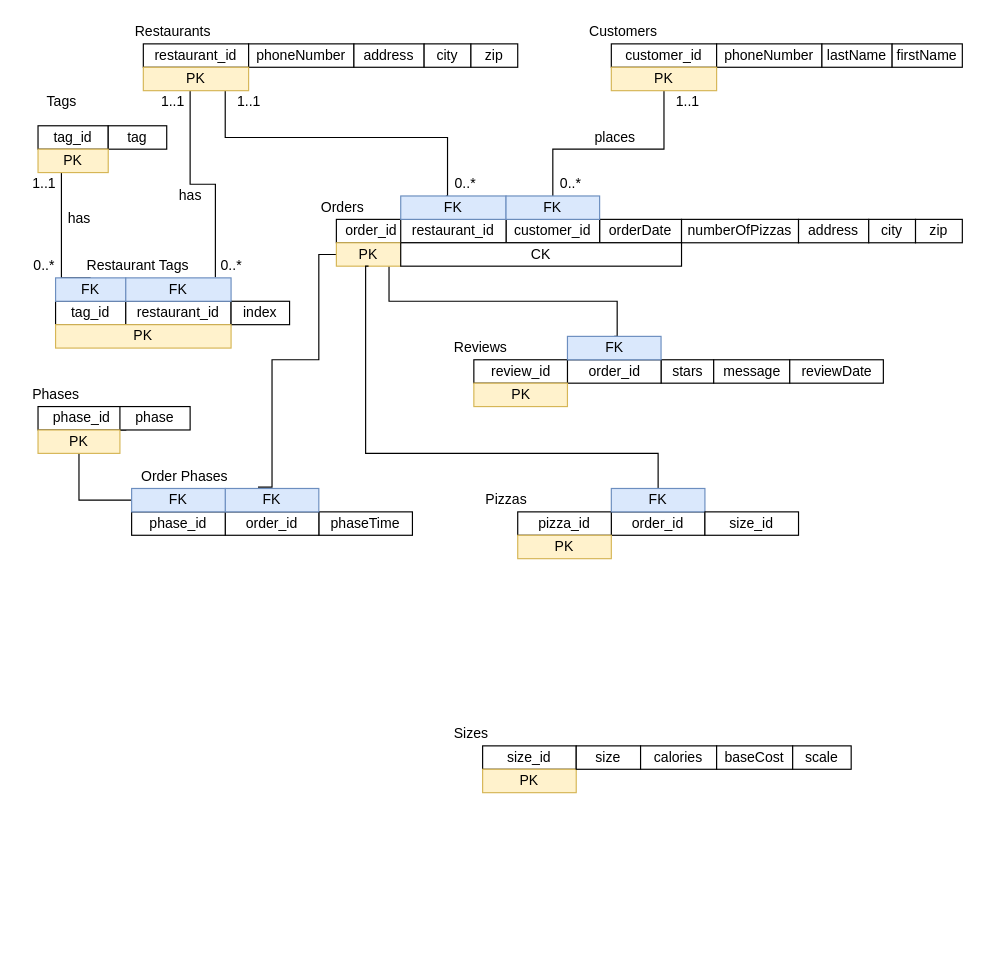
Before: Prooject2_CECS_323_Relation_Scheme.drawio in JosephRice22/CECS323, a draw.io diagram. Source tidied: cells renumbered, new cells numbered last; positions are measured from the earlier drawing's top-left corner, leaving out a move shared by most shapes. Both pictures are drawn from the tidied source at 117%, with x=0, y=0 at pixel (20, 20).
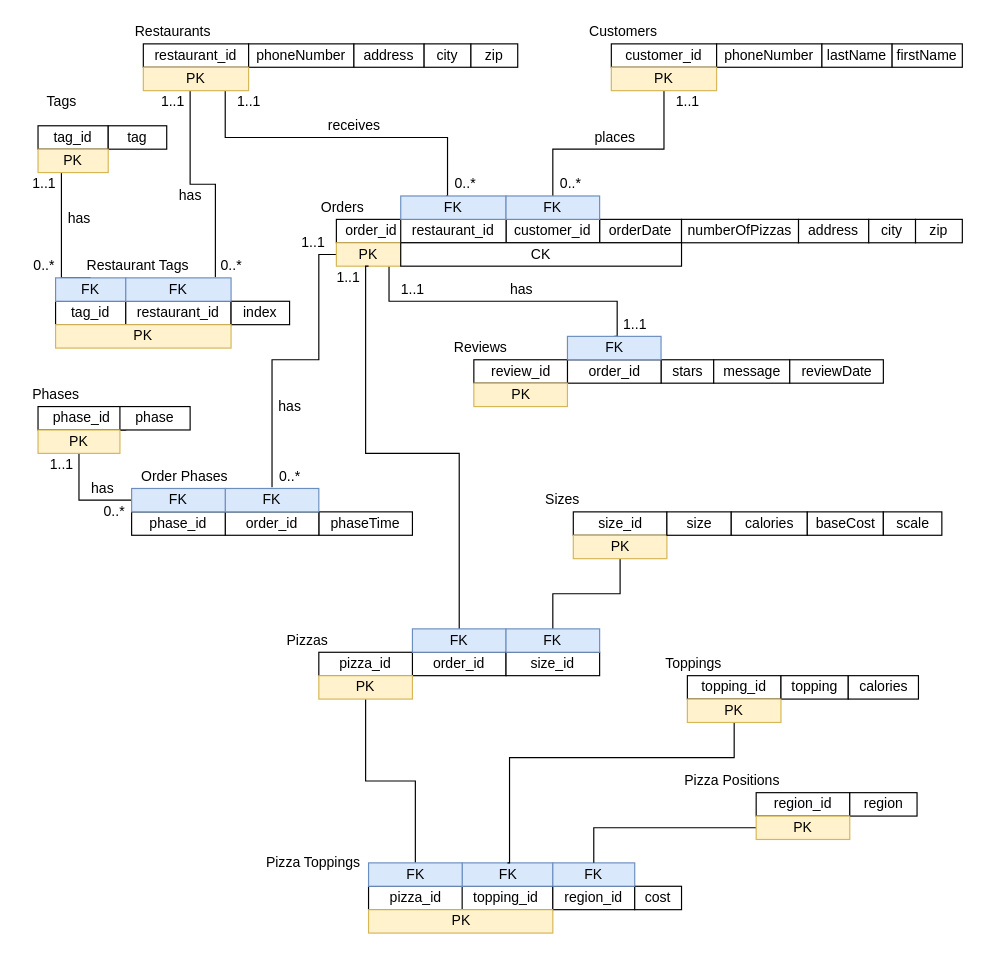
The same diagram, later.

Unchanged cells that the change refers to:
```xml
<mxCell id="37" value="PK" style="rounded=0;whiteSpace=wrap;html=1;fillColor=#fff2cc;strokeColor=#d6b656;" parent="1" vertex="1">
  <mxGeometry x="270" y="190" width="55" height="20" as="geometry" />
</mxCell>
<mxCell id="44" value="FK" style="rounded=0;whiteSpace=wrap;html=1;fillColor=#dae8fc;strokeColor=#6c8ebf;" parent="1" vertex="1">
  <mxGeometry x="175" y="400" width="80" height="20" as="geometry" />
</mxCell>
```

The edit, as a diff of the source:
```diff
@@
-    <mxCell id="35" style="edgeStyle=orthogonalEdgeStyle;rounded=0;jettySize=auto;html=1;entryX=0.35;entryY=-0.059;entryDx=0;entryDy=0;endArrow=none;endFill=0;entryPerimeter=0;" parent="1" edge="1" source="37" target="44">
+    <mxCell id="35" style="edgeStyle=orthogonalEdgeStyle;rounded=0;jettySize=auto;html=1;endArrow=none;endFill=0;" parent="1" edge="1" source="37">
       <mxGeometry relative="1" as="geometry">
+        <mxPoint x="215" y="399" as="targetPoint" />
         <Array as="points">
           <mxPoint x="255" y="200" />
           <mxPoint x="255" y="290" />
           <mxPoint x="215" y="290" />
           <mxPoint x="215" y="399" />
         </Array>
       </mxGeometry>
     </mxCell>
@@
     <mxCell id="55" value="order_id" style="rounded=0;whiteSpace=wrap;html=1;" parent="1" vertex="1">
-      <mxGeometry x="505" y="420" width="80" height="20" as="geometry" />
+      <mxGeometry x="335" y="540" width="80" height="20" as="geometry" />
     </mxCell>
     <mxCell id="56" value="pizza_id" style="rounded=0;whiteSpace=wrap;html=1;" parent="1" vertex="1">
-      <mxGeometry x="425" y="420" width="80" height="20" as="geometry" />
+      <mxGeometry x="255" y="540" width="80" height="20" as="geometry" />
     </mxCell>
     <mxCell id="57" style="edgeStyle=orthogonalEdgeStyle;rounded=0;jettySize=auto;html=1;entryX=0.5;entryY=1;entryDx=0;entryDy=0;endArrow=none;endFill=0;" parent="1" edge="1" source="58" target="37">
       <mxGeometry relative="1" as="geometry">
         <Array as="points">
-          <mxPoint x="545" y="370" />
+          <mxPoint x="375" y="370" />
           <mxPoint x="295" y="370" />
           <mxPoint x="295" y="210" />
         </Array>
       </mxGeometry>
     </mxCell>
     <mxCell id="58" value="FK" style="rounded=0;whiteSpace=wrap;html=1;fillColor=#dae8fc;strokeColor=#6c8ebf;" parent="1" vertex="1">
-      <mxGeometry x="505" y="400" width="80" height="20" as="geometry" />
+      <mxGeometry x="335" y="520" width="80" height="20" as="geometry" />
     </mxCell>
+    <mxCell id="89" style="edgeStyle=orthogonalEdgeStyle;rounded=0;jettySize=auto;html=1;entryX=0.5;entryY=0;entryDx=0;entryDy=0;endArrow=none;endFill=0;" parent="1" edge="1" source="59" target="108">
+      <mxGeometry relative="1" as="geometry" />
+    </mxCell>
     <mxCell id="59" value="PK" style="rounded=0;whiteSpace=wrap;html=1;fillColor=#fff2cc;strokeColor=#d6b656;" parent="1" vertex="1">
-      <mxGeometry x="425" y="440" width="80" height="20" as="geometry" />
+      <mxGeometry x="255" y="560" width="80" height="20" as="geometry" />
     </mxCell>
@@
     <mxCell id="67" value="Pizzas" style="text;html=1;align=center;verticalAlign=middle;strokeColor=none;fillColor=none;" parent="1" vertex="1">
-      <mxGeometry x="390" y="400" width="50" height="20" as="geometry" />
+      <mxGeometry x="220" y="520" width="50" height="20" as="geometry" />
     </mxCell>
@@
     <mxCell id="70" value="size_id" style="rounded=0;whiteSpace=wrap;html=1;" parent="1" vertex="1">
-      <mxGeometry x="395" y="620" width="80" height="20" as="geometry" />
+      <mxGeometry x="472.5" y="420" width="80" height="20" as="geometry" />
     </mxCell>
+    <mxCell id="90" style="edgeStyle=orthogonalEdgeStyle;rounded=0;jettySize=auto;html=1;entryX=0.5;entryY=0;entryDx=0;entryDy=0;endArrow=none;endFill=0;" parent="1" edge="1" source="71" target="110">
+      <mxGeometry relative="1" as="geometry" />
+    </mxCell>
     <mxCell id="71" value="PK" style="rounded=0;whiteSpace=wrap;html=1;fillColor=#fff2cc;strokeColor=#d6b656;" parent="1" vertex="1">
-      <mxGeometry x="395" y="640" width="80" height="20" as="geometry" />
+      <mxGeometry x="472.5" y="440" width="80" height="20" as="geometry" />
     </mxCell>
     <mxCell id="72" value="Sizes" style="text;html=1;align=center;verticalAlign=middle;strokeColor=none;fillColor=none;" parent="1" vertex="1">
-      <mxGeometry x="365" y="600" width="40" height="20" as="geometry" />
+      <mxGeometry x="442.5" y="400" width="40" height="20" as="geometry" />
     </mxCell>
     <mxCell id="73" value="size" style="rounded=0;whiteSpace=wrap;html=1;" parent="1" vertex="1">
-      <mxGeometry x="475" y="620" width="55" height="20" as="geometry" />
+      <mxGeometry x="552.5" y="420" width="55" height="20" as="geometry" />
     </mxCell>
     <mxCell id="74" value="calories" style="rounded=0;whiteSpace=wrap;html=1;" parent="1" vertex="1">
-      <mxGeometry x="530" y="620" width="65" height="20" as="geometry" />
+      <mxGeometry x="607.5" y="420" width="65" height="20" as="geometry" />
     </mxCell>
     <mxCell id="75" value="baseCost" style="rounded=0;whiteSpace=wrap;html=1;" parent="1" vertex="1">
-      <mxGeometry x="595" y="620" width="65" height="20" as="geometry" />
+      <mxGeometry x="672.5" y="420" width="65" height="20" as="geometry" />
     </mxCell>
     <mxCell id="76" value="scale" style="rounded=0;whiteSpace=wrap;html=1;" parent="1" vertex="1">
-      <mxGeometry x="660" y="620" width="50" height="20" as="geometry" />
+      <mxGeometry x="737.5" y="420" width="50" height="20" as="geometry" />
     </mxCell>
     <mxCell id="77" value="size_id" style="rounded=0;whiteSpace=wrap;html=1;" parent="1" vertex="1">
-      <mxGeometry x="585" y="420" width="80" height="20" as="geometry" />
+      <mxGeometry x="415" y="540" width="80" height="20" as="geometry" />
     </mxCell>
@@
+    <mxCell id="91" value="receives" style="text;html=1;align=center;verticalAlign=middle;strokeColor=none;fillColor=none;" parent="1" vertex="1">
+      <mxGeometry x="255" y="80" width="60" height="20" as="geometry" />
+    </mxCell>
+    <mxCell id="92" value="1..1" style="text;html=1;align=center;verticalAlign=middle;strokeColor=none;fillColor=none;" parent="1" vertex="1">
+      <mxGeometry x="230" y="180" width="40" height="20" as="geometry" />
+    </mxCell>
+    <mxCell id="93" value="1..1" style="text;html=1;align=center;verticalAlign=middle;strokeColor=none;fillColor=none;" parent="1" vertex="1">
+      <mxGeometry x="260" y="210" width="40" height="20" as="geometry" />
+    </mxCell>
+    <mxCell id="94" value="1..1" style="text;html=1;align=center;verticalAlign=middle;strokeColor=none;fillColor=none;" parent="1" vertex="1">
+      <mxGeometry x="315" y="220" width="40" height="20" as="geometry" />
+    </mxCell>
+    <mxCell id="95" value="1..1" style="text;html=1;align=center;verticalAlign=middle;strokeColor=none;fillColor=none;" parent="1" vertex="1">
+      <mxGeometry x="15" y="370" width="40" height="20" as="geometry" />
+    </mxCell>
+    <mxCell id="96" value="0..*" style="text;html=1;align=center;verticalAlign=middle;strokeColor=none;fillColor=none;" parent="1" vertex="1">
+      <mxGeometry x="65" y="410" width="30" height="20" as="geometry" />
+    </mxCell>
+    <mxCell id="97" value="0..*" style="text;html=1;align=center;verticalAlign=middle;strokeColor=none;fillColor=none;" parent="1" vertex="1">
+      <mxGeometry x="215" y="380" width="30" height="20" as="geometry" />
+    </mxCell>
+    <mxCell id="98" value="has" style="text;html=1;align=center;verticalAlign=middle;strokeColor=none;fillColor=none;" parent="1" vertex="1">
+      <mxGeometry x="50" y="390" width="40" height="20" as="geometry" />
+    </mxCell>
+    <mxCell id="99" value="has" style="text;html=1;align=center;verticalAlign=middle;strokeColor=none;fillColor=none;" parent="1" vertex="1">
+      <mxGeometry x="210" y="320" width="40" height="20" as="geometry" />
+    </mxCell>
+    <mxCell id="100" value="has" style="text;html=1;align=center;verticalAlign=middle;strokeColor=none;fillColor=none;" parent="1" vertex="1">
+      <mxGeometry x="407.5" y="220" width="40" height="20" as="geometry" />
+    </mxCell>
+    <mxCell id="101" value="1..1" style="text;html=1;align=center;verticalAlign=middle;strokeColor=none;fillColor=none;" parent="1" vertex="1">
+      <mxGeometry x="505" y="250" width="40" height="20" as="geometry" />
+    </mxCell>
+    <mxCell id="102" value="topping_id" style="rounded=0;whiteSpace=wrap;html=1;" parent="1" vertex="1">
+      <mxGeometry x="375" y="740" width="80" height="20" as="geometry" />
+    </mxCell>
+    <mxCell id="103" value="pizza_id" style="rounded=0;whiteSpace=wrap;html=1;" parent="1" vertex="1">
+      <mxGeometry x="297.5" y="740" width="80" height="20" as="geometry" />
+    </mxCell>
+    <mxCell id="104" value="FK" style="rounded=0;whiteSpace=wrap;html=1;fillColor=#dae8fc;strokeColor=#6c8ebf;" parent="1" vertex="1">
+      <mxGeometry x="377.5" y="720" width="77.5" height="20" as="geometry" />
+    </mxCell>
+    <mxCell id="105" value="region_id" style="rounded=0;whiteSpace=wrap;html=1;" parent="1" vertex="1">
+      <mxGeometry x="455" y="740" width="70" height="20" as="geometry" />
+    </mxCell>
+    <mxCell id="106" value="cost" style="rounded=0;whiteSpace=wrap;html=1;" parent="1" vertex="1">
+      <mxGeometry x="525" y="740" width="40" height="20" as="geometry" />
+    </mxCell>
+    <mxCell id="107" value="Pizza Toppings" style="text;html=1;align=center;verticalAlign=middle;strokeColor=none;fillColor=none;" parent="1" vertex="1">
+      <mxGeometry x="200" y="710" width="100" height="20" as="geometry" />
+    </mxCell>
+    <mxCell id="108" value="FK" style="rounded=0;whiteSpace=wrap;html=1;fillColor=#dae8fc;strokeColor=#6c8ebf;" parent="1" vertex="1">
+      <mxGeometry x="297.5" y="720" width="80" height="20" as="geometry" />
+    </mxCell>
+    <mxCell id="109" value="FK" style="rounded=0;whiteSpace=wrap;html=1;fillColor=#dae8fc;strokeColor=#6c8ebf;" parent="1" vertex="1">
+      <mxGeometry x="455" y="720" width="70" height="20" as="geometry" />
+    </mxCell>
+    <mxCell id="110" value="FK" style="rounded=0;whiteSpace=wrap;html=1;fillColor=#dae8fc;strokeColor=#6c8ebf;" parent="1" vertex="1">
+      <mxGeometry x="415" y="520" width="80" height="20" as="geometry" />
+    </mxCell>
+    <mxCell id="111" value="topping_id" style="rounded=0;whiteSpace=wrap;html=1;" parent="1" vertex="1">
+      <mxGeometry x="570" y="560" width="80" height="20" as="geometry" />
+    </mxCell>
+    <mxCell id="112" value="topping" style="rounded=0;whiteSpace=wrap;html=1;" parent="1" vertex="1">
+      <mxGeometry x="650" y="560" width="57.5" height="20" as="geometry" />
+    </mxCell>
+    <mxCell id="113" value="calories" style="rounded=0;whiteSpace=wrap;html=1;" parent="1" vertex="1">
+      <mxGeometry x="707.5" y="560" width="60" height="20" as="geometry" />
+    </mxCell>
+    <mxCell id="114" style="edgeStyle=orthogonalEdgeStyle;rounded=0;jettySize=auto;html=1;entryX=0.5;entryY=0;entryDx=0;entryDy=0;endArrow=none;endFill=0;" parent="1" edge="1" source="115" target="104">
+      <mxGeometry relative="1" as="geometry">
+        <Array as="points">
+          <mxPoint x="610" y="630" />
+          <mxPoint x="418" y="630" />
+        </Array>
+      </mxGeometry>
+    </mxCell>
+    <mxCell id="115" value="PK" style="rounded=0;whiteSpace=wrap;html=1;fillColor=#fff2cc;strokeColor=#d6b656;" parent="1" vertex="1">
+      <mxGeometry x="570" y="580" width="80" height="20" as="geometry" />
+    </mxCell>
+    <mxCell id="116" value="PK" style="rounded=0;whiteSpace=wrap;html=1;fillColor=#fff2cc;strokeColor=#d6b656;" parent="1" vertex="1">
+      <mxGeometry x="297.5" y="760" width="157.5" height="20" as="geometry" />
+    </mxCell>
+    <mxCell id="117" value="region_id" style="rounded=0;whiteSpace=wrap;html=1;" parent="1" vertex="1">
+      <mxGeometry x="628.8" y="660" width="80" height="20" as="geometry" />
+    </mxCell>
+    <mxCell id="118" value="region" style="rounded=0;whiteSpace=wrap;html=1;" parent="1" vertex="1">
+      <mxGeometry x="708.8" y="660" width="57.5" height="20" as="geometry" />
+    </mxCell>
+    <mxCell id="119" style="edgeStyle=orthogonalEdgeStyle;rounded=0;jettySize=auto;html=1;entryX=0.5;entryY=0;entryDx=0;entryDy=0;endArrow=none;endFill=0;" parent="1" edge="1" source="120" target="109">
+      <mxGeometry relative="1" as="geometry" />
+    </mxCell>
+    <mxCell id="120" value="PK" style="rounded=0;whiteSpace=wrap;html=1;fillColor=#fff2cc;strokeColor=#d6b656;" parent="1" vertex="1">
+      <mxGeometry x="628.8" y="680" width="80" height="20" as="geometry" />
+    </mxCell>
+    <mxCell id="121" value="Pizza Positions" style="text;html=1;align=center;verticalAlign=middle;strokeColor=none;fillColor=none;" parent="1" vertex="1">
+      <mxGeometry x="557.5" y="640" width="100" height="20" as="geometry" />
+    </mxCell>
+    <mxCell id="122" value="Toppings" style="text;html=1;align=center;verticalAlign=middle;strokeColor=none;fillColor=none;" parent="1" vertex="1">
+      <mxGeometry x="545" y="540" width="60" height="20" as="geometry" />
+    </mxCell>
```
